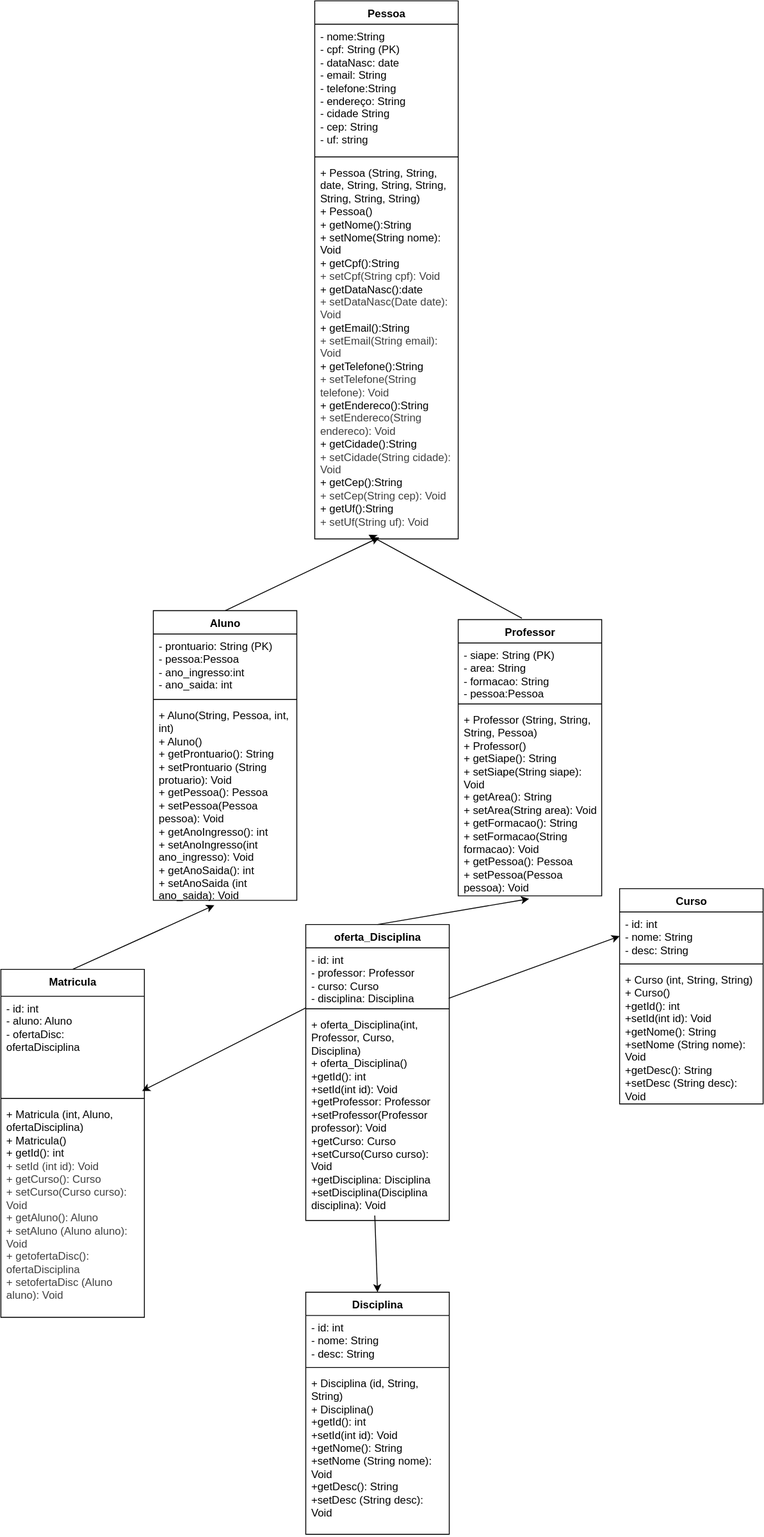
jumoonlight/faculdadeestrela keeps this draw.io diagram as ProjetoWEB.svg. Above is the earlier version. Source tidied: cells renumbered, new cells last; positions are measured from the earlier drawing's top-left corner, leaving out a move shared by most shapes.
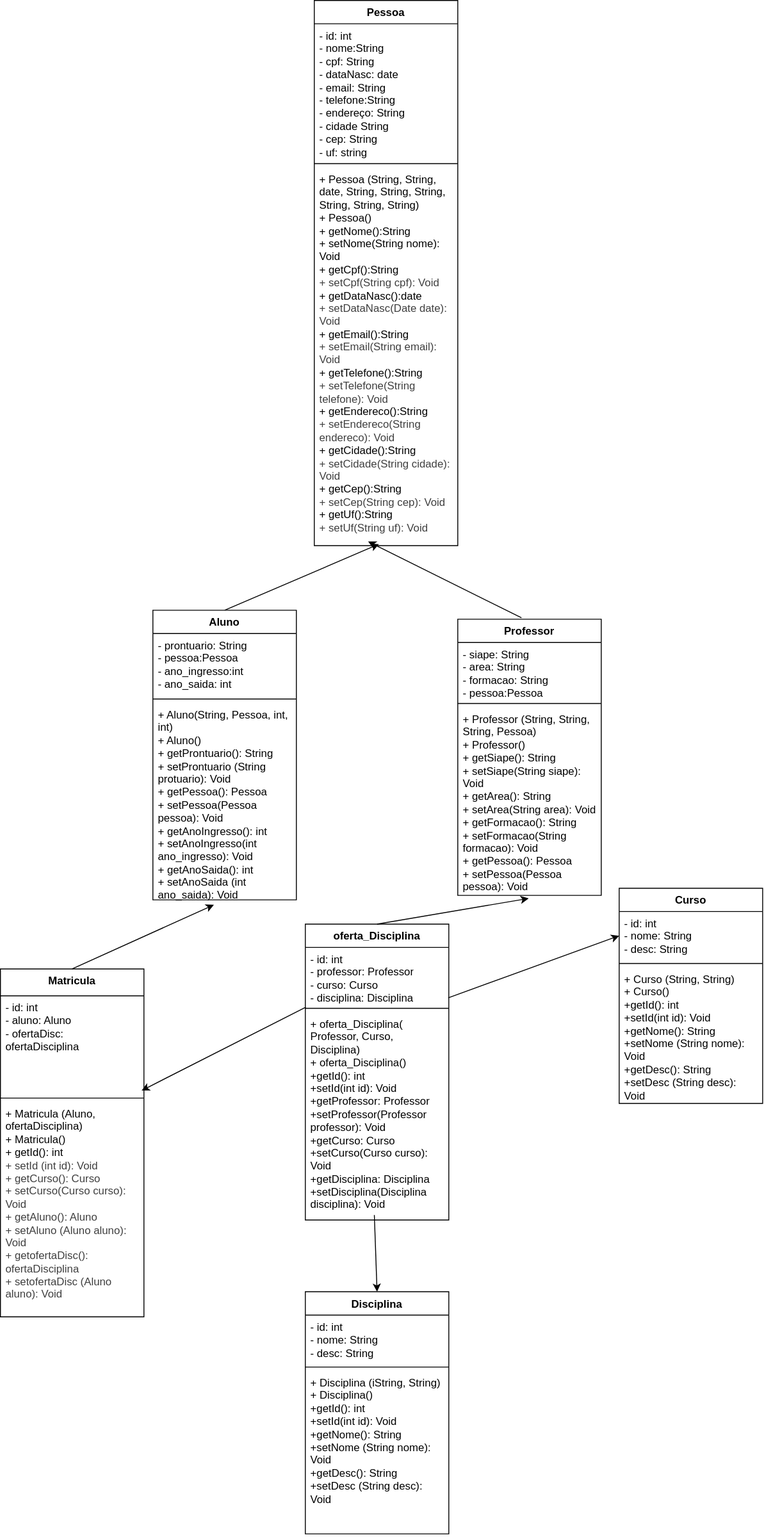
The same file after the commit.

Diff of the diagram source:
```diff
@@ -3,16 +3,16 @@
     <mxCell id="0" />
     <mxCell id="1" parent="0" />
     <mxCell id="2" value="Pessoa" style="swimlane;fontStyle=1;align=center;verticalAlign=top;horizontal=1;startSize=26;whiteSpace=wrap;html=1;" parent="1" vertex="1">
-      <mxGeometry x="350" width="160" height="600" as="geometry" />
+      <mxGeometry x="350" width="160" height="608" as="geometry" />
     </mxCell>
-    <mxCell id="3" value="- nome:String&lt;div&gt;- cpf: String (PK)&lt;/div&gt;&lt;div&gt;- dataNasc: date&lt;/div&gt;&lt;div&gt;- email: String&lt;/div&gt;&lt;div&gt;- telefone:String&lt;/div&gt;&lt;div&gt;- endereço: String&lt;/div&gt;&lt;div&gt;- cidade String&lt;/div&gt;&lt;div&gt;- cep: String&lt;/div&gt;&lt;div&gt;- uf: string&lt;/div&gt;" style="text;strokeColor=none;fillColor=none;align=left;verticalAlign=top;spacingLeft=4;spacingRight=4;overflow=hidden;whiteSpace=wrap;html=1;" parent="2" vertex="1">
-      <mxGeometry y="26" width="160" height="144" as="geometry" />
+    <mxCell id="3" value="&lt;div&gt;- id: int&lt;/div&gt;-&lt;span style=&quot;background-color: transparent; color: light-dark(#000000, var(--ge-light-color, #ffffff));&quot;&gt;&amp;nbsp;nome:String&lt;/span&gt;&lt;div&gt;&lt;div&gt;- cpf: String&amp;nbsp;&lt;/div&gt;&lt;div&gt;- dataNasc: date&lt;/div&gt;&lt;div&gt;- email: String&lt;/div&gt;&lt;div&gt;- telefone:String&lt;/div&gt;&lt;div&gt;- endereço: String&lt;/div&gt;&lt;div&gt;- cidade String&lt;/div&gt;&lt;div&gt;- cep: String&lt;/div&gt;&lt;div&gt;- uf: string&lt;/div&gt;&lt;/div&gt;" style="text;strokeColor=none;fillColor=none;align=left;verticalAlign=top;spacingLeft=4;spacingRight=4;overflow=hidden;whiteSpace=wrap;html=1;" parent="2" vertex="1">
+      <mxGeometry y="26" width="160" height="152" as="geometry" />
     </mxCell>
     <mxCell id="4" style="line;strokeWidth=1;fillColor=none;align=left;verticalAlign=middle;spacingTop=-1;spacingLeft=3;spacingRight=3;labelPosition=right;strokeColor=inherit;" parent="2" vertex="1">
-      <mxGeometry y="170" width="160" height="8" as="geometry" />
+      <mxGeometry y="178" width="160" height="8" as="geometry" />
     </mxCell>
     <mxCell id="5" value="&lt;div&gt;+ Pessoa (String, String, date, String, String, String, String, String, String)&lt;/div&gt;&lt;div&gt;+ Pessoa()&lt;/div&gt;+ getNome():String&amp;nbsp;&lt;div&gt;+ setNome(String nome): Void&lt;/div&gt;&lt;div&gt;&lt;span style=&quot;color: rgb(0, 0, 0);&quot;&gt;+ getCpf():String&amp;nbsp;&lt;/span&gt;&lt;div style=&quot;color: rgb(63, 63, 63); scrollbar-color: rgb(226, 226, 226) rgb(251, 251, 251);&quot;&gt;+ setCpf(String cpf): Void&lt;/div&gt;&lt;/div&gt;&lt;div style=&quot;color: rgb(63, 63, 63); scrollbar-color: rgb(226, 226, 226) rgb(251, 251, 251);&quot;&gt;&lt;span style=&quot;color: rgb(0, 0, 0);&quot;&gt;+ getDataNasc():date&amp;nbsp;&lt;/span&gt;&lt;div style=&quot;color: rgb(63, 63, 63); scrollbar-color: rgb(226, 226, 226) rgb(251, 251, 251);&quot;&gt;+ setDataNasc(Date date): Void&lt;/div&gt;&lt;div style=&quot;color: rgb(63, 63, 63); scrollbar-color: rgb(226, 226, 226) rgb(251, 251, 251);&quot;&gt;&lt;span style=&quot;color: rgb(0, 0, 0);&quot;&gt;+ getEmail():String&lt;/span&gt;&lt;div style=&quot;color: rgb(63, 63, 63); scrollbar-color: rgb(226, 226, 226) rgb(251, 251, 251);&quot;&gt;+ setEmail(String email): Void&lt;/div&gt;&lt;div style=&quot;color: rgb(63, 63, 63); scrollbar-color: rgb(226, 226, 226) rgb(251, 251, 251);&quot;&gt;&lt;span style=&quot;color: rgb(0, 0, 0);&quot;&gt;+ getTelefone():String&amp;nbsp;&lt;/span&gt;&lt;div style=&quot;color: rgb(63, 63, 63); scrollbar-color: rgb(226, 226, 226) rgb(251, 251, 251);&quot;&gt;+ setTelefone(String telefone): Void&lt;/div&gt;&lt;div style=&quot;color: rgb(63, 63, 63); scrollbar-color: rgb(226, 226, 226) rgb(251, 251, 251);&quot;&gt;&lt;span style=&quot;color: rgb(0, 0, 0);&quot;&gt;+ getEndereco():String&amp;nbsp;&lt;/span&gt;&lt;div style=&quot;color: rgb(63, 63, 63); scrollbar-color: rgb(226, 226, 226) rgb(251, 251, 251);&quot;&gt;+ setEndereco(String endereco): Void&lt;/div&gt;&lt;div style=&quot;color: rgb(63, 63, 63); scrollbar-color: rgb(226, 226, 226) rgb(251, 251, 251);&quot;&gt;&lt;span style=&quot;color: rgb(0, 0, 0);&quot;&gt;+ getCidade():String&amp;nbsp;&lt;/span&gt;&lt;div style=&quot;color: rgb(63, 63, 63); scrollbar-color: rgb(226, 226, 226) rgb(251, 251, 251);&quot;&gt;+ setCidade(String cidade): Void&lt;/div&gt;&lt;div style=&quot;color: rgb(63, 63, 63); scrollbar-color: rgb(226, 226, 226) rgb(251, 251, 251);&quot;&gt;&lt;span style=&quot;color: rgb(0, 0, 0);&quot;&gt;+ getCep():String&amp;nbsp;&lt;/span&gt;&lt;div style=&quot;color: rgb(63, 63, 63); scrollbar-color: rgb(226, 226, 226) rgb(251, 251, 251);&quot;&gt;+ setCep(String cep): Void&lt;/div&gt;&lt;div style=&quot;color: rgb(63, 63, 63); scrollbar-color: rgb(226, 226, 226) rgb(251, 251, 251);&quot;&gt;&lt;span style=&quot;color: rgb(0, 0, 0);&quot;&gt;+ getUf():String&amp;nbsp;&lt;/span&gt;&lt;div style=&quot;color: rgb(63, 63, 63); scrollbar-color: rgb(226, 226, 226) rgb(251, 251, 251);&quot;&gt;+ setUf(String uf): Void&lt;/div&gt;&lt;div style=&quot;color: rgb(63, 63, 63); scrollbar-color: rgb(226, 226, 226) rgb(251, 251, 251);&quot;&gt;&lt;br&gt;&lt;/div&gt;&lt;/div&gt;&lt;div style=&quot;color: rgb(63, 63, 63); scrollbar-color: rgb(226, 226, 226) rgb(251, 251, 251);&quot;&gt;&lt;br&gt;&lt;/div&gt;&lt;/div&gt;&lt;/div&gt;&lt;div style=&quot;color: rgb(63, 63, 63); scrollbar-color: rgb(226, 226, 226) rgb(251, 251, 251);&quot;&gt;&lt;br&gt;&lt;/div&gt;&lt;/div&gt;&lt;div style=&quot;color: rgb(63, 63, 63); scrollbar-color: rgb(226, 226, 226) rgb(251, 251, 251);&quot;&gt;&lt;br&gt;&lt;/div&gt;&lt;/div&gt;&lt;/div&gt;&lt;/div&gt;" style="text;strokeColor=none;fillColor=none;align=left;verticalAlign=top;spacingLeft=4;spacingRight=4;overflow=hidden;points=[[0,0.5],[1,0.5]];portConstraint=eastwest;whiteSpace=wrap;html=1;" parent="2" vertex="1">
-      <mxGeometry y="178" width="160" height="422" as="geometry" />
+      <mxGeometry y="186" width="160" height="422" as="geometry" />
     </mxCell>
     <mxCell id="6" style="endArrow=classic;html=1;entryX=0.45;entryY=0.996;entryDx=0;entryDy=0;entryPerimeter=0;exitX=0.5;exitY=0;exitDx=0;exitDy=0;" parent="1" edge="1" source="7" target="5">
       <mxGeometry relative="1" as="geometry" />
@@ -20,7 +20,7 @@
     <mxCell id="7" value="Aluno" style="swimlane;fontStyle=1;align=center;verticalAlign=top;horizontal=1;startSize=26;whiteSpace=wrap;html=1;" parent="1" vertex="1">
       <mxGeometry x="170" y="680" width="160" height="323" as="geometry" />
     </mxCell>
-    <mxCell id="8" value="- prontuario: String (PK)&lt;div&gt;- pessoa:Pessoa&lt;/div&gt;&lt;div&gt;- ano_ingresso:int&lt;/div&gt;&lt;div&gt;- ano_saida: int&lt;/div&gt;&lt;div&gt;&lt;br&gt;&lt;/div&gt;" style="text;strokeColor=none;fillColor=none;align=left;verticalAlign=top;spacingLeft=4;spacingRight=4;overflow=hidden;whiteSpace=wrap;html=1;" parent="7" vertex="1">
+    <mxCell id="8" value="- prontuario: String&amp;nbsp;&lt;div&gt;- pessoa:Pessoa&lt;/div&gt;&lt;div&gt;- ano_ingresso:int&lt;/div&gt;&lt;div&gt;- ano_saida: int&lt;/div&gt;&lt;div&gt;&lt;br&gt;&lt;/div&gt;" style="text;strokeColor=none;fillColor=none;align=left;verticalAlign=top;spacingLeft=4;spacingRight=4;overflow=hidden;whiteSpace=wrap;html=1;" parent="7" vertex="1">
       <mxGeometry y="26" width="160" height="69" as="geometry" />
     </mxCell>
     <mxCell id="9" style="line;strokeWidth=1;fillColor=none;align=left;verticalAlign=middle;spacingTop=-1;spacingLeft=3;spacingRight=3;labelPosition=right;strokeColor=inherit;" parent="7" vertex="1">
@@ -35,7 +35,7 @@
     <mxCell id="12" value="Professor" style="swimlane;fontStyle=1;align=center;verticalAlign=top;horizontal=1;startSize=26;whiteSpace=wrap;html=1;" parent="1" vertex="1">
       <mxGeometry x="510" y="690" width="160" height="308" as="geometry" />
     </mxCell>
-    <mxCell id="13" value="- siape: String (PK)&lt;div&gt;- area: String&lt;/div&gt;&lt;div&gt;- formacao: String&lt;br&gt;&lt;div&gt;- pessoa:Pessoa&lt;/div&gt;&lt;div&gt;&lt;br&gt;&lt;/div&gt;&lt;/div&gt;" style="text;strokeColor=none;fillColor=none;align=left;verticalAlign=top;spacingLeft=4;spacingRight=4;overflow=hidden;whiteSpace=wrap;html=1;" parent="12" vertex="1">
+    <mxCell id="13" value="- siape: String&amp;nbsp;&lt;div&gt;- area: String&lt;/div&gt;&lt;div&gt;- formacao: String&lt;br&gt;&lt;div&gt;- pessoa:Pessoa&lt;/div&gt;&lt;div&gt;&lt;br&gt;&lt;/div&gt;&lt;/div&gt;" style="text;strokeColor=none;fillColor=none;align=left;verticalAlign=top;spacingLeft=4;spacingRight=4;overflow=hidden;whiteSpace=wrap;html=1;" parent="12" vertex="1">
       <mxGeometry y="26" width="160" height="64" as="geometry" />
     </mxCell>
     <mxCell id="14" style="line;strokeWidth=1;fillColor=none;align=left;verticalAlign=middle;spacingTop=-1;spacingLeft=3;spacingRight=3;labelPosition=right;strokeColor=inherit;" parent="12" vertex="1">
@@ -53,7 +53,7 @@
     <mxCell id="18" style="line;strokeWidth=1;fillColor=none;align=left;verticalAlign=middle;spacingTop=-1;spacingLeft=3;spacingRight=3;labelPosition=right;strokeColor=inherit;" parent="16" vertex="1">
       <mxGeometry y="140" width="160" height="8" as="geometry" />
     </mxCell>
-    <mxCell id="19" value="&lt;div&gt;&lt;span style=&quot;color: rgb(0, 0, 0);&quot;&gt;&lt;div&gt;+ Matricula (int, Aluno, ofertaDisciplina)&lt;/div&gt;&lt;div&gt;+ Matricula()&lt;/div&gt;&lt;/span&gt;&lt;/div&gt;&lt;span style=&quot;color: rgb(0, 0, 0);&quot;&gt;+ getId(): int&lt;/span&gt;&lt;div style=&quot;color: rgb(63, 63, 63); scrollbar-color: rgb(226, 226, 226) rgb(251, 251, 251);&quot;&gt;+ setId (int id): Void&lt;/div&gt;&lt;div style=&quot;color: rgb(63, 63, 63); scrollbar-color: rgb(226, 226, 226) rgb(251, 251, 251);&quot;&gt;+ getCurso(): Curso&lt;/div&gt;&lt;div style=&quot;color: rgb(63, 63, 63); scrollbar-color: rgb(226, 226, 226) rgb(251, 251, 251);&quot;&gt;+ setCurso(Curso curso): Void&lt;/div&gt;&lt;div style=&quot;color: rgb(63, 63, 63); scrollbar-color: rgb(226, 226, 226) rgb(251, 251, 251);&quot;&gt;+ getAluno(): Aluno&lt;/div&gt;&lt;div style=&quot;color: rgb(63, 63, 63); scrollbar-color: rgb(226, 226, 226) rgb(251, 251, 251);&quot;&gt;+ setAluno (Aluno aluno): Void&lt;/div&gt;&lt;div style=&quot;color: rgb(63, 63, 63); scrollbar-color: rgb(226, 226, 226) rgb(251, 251, 251);&quot;&gt;&lt;div style=&quot;scrollbar-color: rgb(226, 226, 226) rgb(251, 251, 251); color: rgb(63, 63, 63);&quot;&gt;+ getofertaDisc(): ofertaDisciplina&lt;/div&gt;&lt;div style=&quot;scrollbar-color: rgb(226, 226, 226) rgb(251, 251, 251); color: rgb(63, 63, 63);&quot;&gt;+ setofertaDisc (Aluno aluno): Void&lt;/div&gt;&lt;/div&gt;&lt;div style=&quot;color: rgb(63, 63, 63); scrollbar-color: rgb(226, 226, 226) rgb(251, 251, 251);&quot;&gt;&lt;br&gt;&lt;/div&gt;" style="text;strokeColor=none;fillColor=none;align=left;verticalAlign=top;spacingLeft=4;spacingRight=4;overflow=hidden;whiteSpace=wrap;html=1;" parent="16" vertex="1">
+    <mxCell id="19" value="&lt;div&gt;&lt;span style=&quot;color: rgb(0, 0, 0);&quot;&gt;&lt;div&gt;+ Matricula (Aluno, ofertaDisciplina)&lt;/div&gt;&lt;div&gt;+ Matricula()&lt;/div&gt;&lt;/span&gt;&lt;/div&gt;&lt;span style=&quot;color: rgb(0, 0, 0);&quot;&gt;+ getId(): int&lt;/span&gt;&lt;div style=&quot;color: rgb(63, 63, 63); scrollbar-color: rgb(226, 226, 226) rgb(251, 251, 251);&quot;&gt;+ setId (int id): Void&lt;/div&gt;&lt;div style=&quot;color: rgb(63, 63, 63); scrollbar-color: rgb(226, 226, 226) rgb(251, 251, 251);&quot;&gt;+ getCurso(): Curso&lt;/div&gt;&lt;div style=&quot;color: rgb(63, 63, 63); scrollbar-color: rgb(226, 226, 226) rgb(251, 251, 251);&quot;&gt;+ setCurso(Curso curso): Void&lt;/div&gt;&lt;div style=&quot;color: rgb(63, 63, 63); scrollbar-color: rgb(226, 226, 226) rgb(251, 251, 251);&quot;&gt;+ getAluno(): Aluno&lt;/div&gt;&lt;div style=&quot;color: rgb(63, 63, 63); scrollbar-color: rgb(226, 226, 226) rgb(251, 251, 251);&quot;&gt;+ setAluno (Aluno aluno): Void&lt;/div&gt;&lt;div style=&quot;color: rgb(63, 63, 63); scrollbar-color: rgb(226, 226, 226) rgb(251, 251, 251);&quot;&gt;&lt;div style=&quot;scrollbar-color: rgb(226, 226, 226) rgb(251, 251, 251); color: rgb(63, 63, 63);&quot;&gt;+ getofertaDisc(): ofertaDisciplina&lt;/div&gt;&lt;div style=&quot;scrollbar-color: rgb(226, 226, 226) rgb(251, 251, 251); color: rgb(63, 63, 63);&quot;&gt;+ setofertaDisc (Aluno aluno): Void&lt;/div&gt;&lt;/div&gt;&lt;div style=&quot;color: rgb(63, 63, 63); scrollbar-color: rgb(226, 226, 226) rgb(251, 251, 251);&quot;&gt;&lt;br&gt;&lt;/div&gt;" style="text;strokeColor=none;fillColor=none;align=left;verticalAlign=top;spacingLeft=4;spacingRight=4;overflow=hidden;whiteSpace=wrap;html=1;" parent="16" vertex="1">
       <mxGeometry y="148" width="160" height="240" as="geometry" />
     </mxCell>
     <mxCell id="20" style="endArrow=classic;html=1;exitX=0.5;exitY=0;exitDx=0;exitDy=0;entryX=0.425;entryY=1.025;entryDx=0;entryDy=0;entryPerimeter=0;" parent="1" edge="1" source="16" target="10">
@@ -68,7 +68,7 @@
     <mxCell id="23" style="line;strokeWidth=1;fillColor=none;align=left;verticalAlign=middle;spacingTop=-1;spacingLeft=3;spacingRight=3;labelPosition=right;strokeColor=inherit;" parent="21" vertex="1">
       <mxGeometry y="90" width="160" height="8" as="geometry" />
     </mxCell>
-    <mxCell id="24" value="&lt;div&gt;+ oferta_Disciplina(int, Professor, Curso, Disciplina)&lt;/div&gt;&lt;div&gt;+ oferta_Disciplina()&lt;/div&gt;+getId(): int&lt;div&gt;+setId(int id): Void&lt;/div&gt;&lt;div&gt;+getProfessor: Professor&lt;/div&gt;&lt;div&gt;+setProfessor(Professor professor): Void&lt;/div&gt;&lt;div&gt;&lt;div&gt;+getCurso: Curso&lt;/div&gt;&lt;div&gt;+setCurso(Curso curso): Void&lt;/div&gt;&lt;/div&gt;&lt;div&gt;&lt;div&gt;+getDisciplina: Disciplina&lt;/div&gt;&lt;div&gt;+setDisciplina(Disciplina disciplina): Void&lt;/div&gt;&lt;/div&gt;&lt;div&gt;&lt;br&gt;&lt;/div&gt;" style="text;strokeColor=none;fillColor=none;align=left;verticalAlign=top;spacingLeft=4;spacingRight=4;overflow=hidden;points=[[0,0.5],[1,0.5]];portConstraint=eastwest;whiteSpace=wrap;html=1;" parent="21" vertex="1">
+    <mxCell id="24" value="&lt;div&gt;+ oferta_Disciplina( Professor, Curso, Disciplina)&lt;/div&gt;&lt;div&gt;+ oferta_Disciplina()&lt;/div&gt;+getId(): int&lt;div&gt;+setId(int id): Void&lt;/div&gt;&lt;div&gt;+getProfessor: Professor&lt;/div&gt;&lt;div&gt;+setProfessor(Professor professor): Void&lt;/div&gt;&lt;div&gt;&lt;div&gt;+getCurso: Curso&lt;/div&gt;&lt;div&gt;+setCurso(Curso curso): Void&lt;/div&gt;&lt;/div&gt;&lt;div&gt;&lt;div&gt;+getDisciplina: Disciplina&lt;/div&gt;&lt;div&gt;+setDisciplina(Disciplina disciplina): Void&lt;/div&gt;&lt;/div&gt;&lt;div&gt;&lt;br&gt;&lt;/div&gt;" style="text;strokeColor=none;fillColor=none;align=left;verticalAlign=top;spacingLeft=4;spacingRight=4;overflow=hidden;points=[[0,0.5],[1,0.5]];portConstraint=eastwest;whiteSpace=wrap;html=1;" parent="21" vertex="1">
       <mxGeometry y="98" width="160" height="232" as="geometry" />
     </mxCell>
     <mxCell id="25" style="endArrow=classic;html=1;exitX=0.5;exitY=0;exitDx=0;exitDy=0;entryX=0.494;entryY=1.016;entryDx=0;entryDy=0;entryPerimeter=0;" parent="1" edge="1" source="21" target="15">
@@ -86,7 +86,7 @@
     <mxCell id="29" style="line;strokeWidth=1;fillColor=none;align=left;verticalAlign=middle;spacingTop=-1;spacingLeft=3;spacingRight=3;labelPosition=right;strokeColor=inherit;" parent="27" vertex="1">
       <mxGeometry y="80" width="160" height="8" as="geometry" />
     </mxCell>
-    <mxCell id="30" value="&lt;div&gt;&lt;div&gt;+ Disciplina (id, String, String)&lt;/div&gt;&lt;div&gt;+ Disciplina()&lt;/div&gt;&lt;/div&gt;+getId(): int&lt;div&gt;+setId(int id): Void&lt;/div&gt;&lt;div&gt;+getNome(): String&lt;/div&gt;&lt;div&gt;+setNome (String nome): Void&lt;/div&gt;&lt;div&gt;+getDesc(): String&lt;/div&gt;&lt;div&gt;+setDesc (String desc): Void&lt;/div&gt;" style="text;strokeColor=none;fillColor=none;align=left;verticalAlign=top;spacingLeft=4;spacingRight=4;overflow=hidden;whiteSpace=wrap;html=1;" parent="27" vertex="1">
+    <mxCell id="30" value="&lt;div&gt;&lt;div&gt;+ Disciplina (iString, String)&lt;/div&gt;&lt;div&gt;+ Disciplina()&lt;/div&gt;&lt;/div&gt;+getId(): int&lt;div&gt;+setId(int id): Void&lt;/div&gt;&lt;div&gt;+getNome(): String&lt;/div&gt;&lt;div&gt;+setNome (String nome): Void&lt;/div&gt;&lt;div&gt;+getDesc(): String&lt;/div&gt;&lt;div&gt;+setDesc (String desc): Void&lt;/div&gt;" style="text;strokeColor=none;fillColor=none;align=left;verticalAlign=top;spacingLeft=4;spacingRight=4;overflow=hidden;whiteSpace=wrap;html=1;" parent="27" vertex="1">
       <mxGeometry y="88" width="160" height="182" as="geometry" />
     </mxCell>
     <mxCell id="31" value="Curso" style="swimlane;fontStyle=1;align=center;verticalAlign=top;horizontal=1;startSize=26;whiteSpace=wrap;html=1;" parent="1" vertex="1">
@@ -98,7 +98,7 @@
     <mxCell id="33" style="line;strokeWidth=1;fillColor=none;align=left;verticalAlign=middle;spacingTop=-1;spacingLeft=3;spacingRight=3;labelPosition=right;strokeColor=inherit;" parent="31" vertex="1">
       <mxGeometry y="80" width="160" height="8" as="geometry" />
     </mxCell>
-    <mxCell id="34" value="&lt;div&gt;+ Curso (int, String, String)&lt;/div&gt;&lt;div&gt;+ Curso()&lt;/div&gt;+getId(): int&lt;div&gt;+setId(int id): Void&lt;/div&gt;&lt;div&gt;+getNome(): String&lt;/div&gt;&lt;div&gt;+setNome (String nome): Void&lt;/div&gt;&lt;div&gt;+getDesc(): String&lt;/div&gt;&lt;div&gt;+setDesc (String desc): Void&lt;/div&gt;" style="text;strokeColor=none;fillColor=none;align=left;verticalAlign=top;spacingLeft=4;spacingRight=4;overflow=hidden;whiteSpace=wrap;html=1;" parent="31" vertex="1">
+    <mxCell id="34" value="&lt;div&gt;+ Curso (String, String)&lt;/div&gt;&lt;div&gt;+ Curso()&lt;/div&gt;+getId(): int&lt;div&gt;+setId(int id): Void&lt;/div&gt;&lt;div&gt;+getNome(): String&lt;/div&gt;&lt;div&gt;+setNome (String nome): Void&lt;/div&gt;&lt;div&gt;+getDesc(): String&lt;/div&gt;&lt;div&gt;+setDesc (String desc): Void&lt;/div&gt;" style="text;strokeColor=none;fillColor=none;align=left;verticalAlign=top;spacingLeft=4;spacingRight=4;overflow=hidden;whiteSpace=wrap;html=1;" parent="31" vertex="1">
       <mxGeometry y="88" width="160" height="152" as="geometry" />
     </mxCell>
     <mxCell id="35" style="endArrow=classic;html=1;entryX=0;entryY=0.5;entryDx=0;entryDy=0;exitX=0.996;exitY=0.879;exitDx=0;exitDy=0;exitPerimeter=0;" parent="1" edge="1" source="22" target="32">
```
